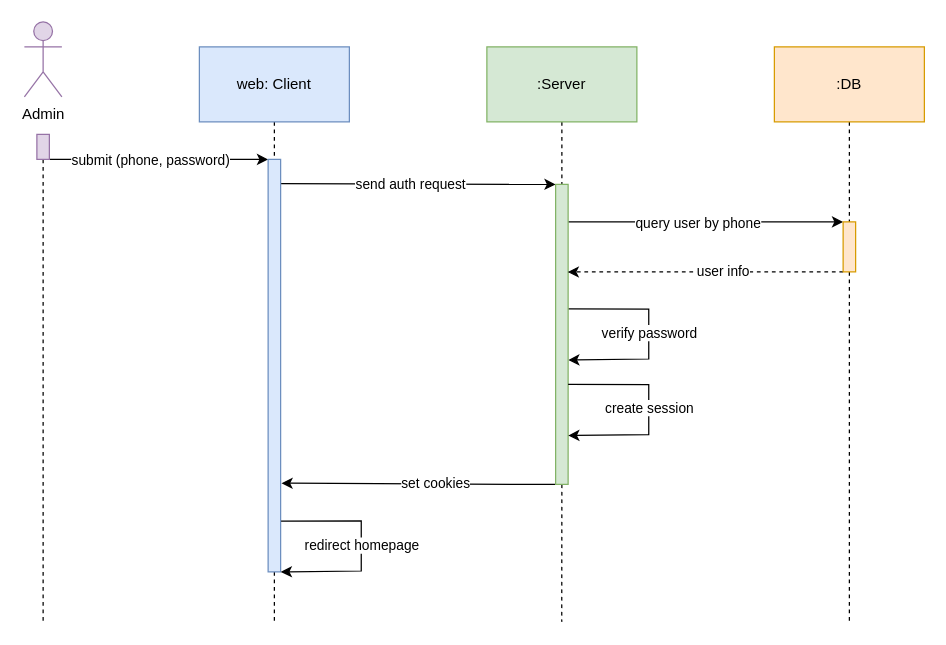
Earlier version of the draw.io diagram page "Admin Authorize Sequence" (4 of 9) of docs/design.drawio (censodev/aptech_prj600). Source tidied: cells renumbered, new cells numbered last; positions are measured from the earlier drawing's top-left corner, leaving out a move shared by most shapes. Both pictures are drawn from the tidied source at 125%, with x=0, y=0 at pixel (24, 21).
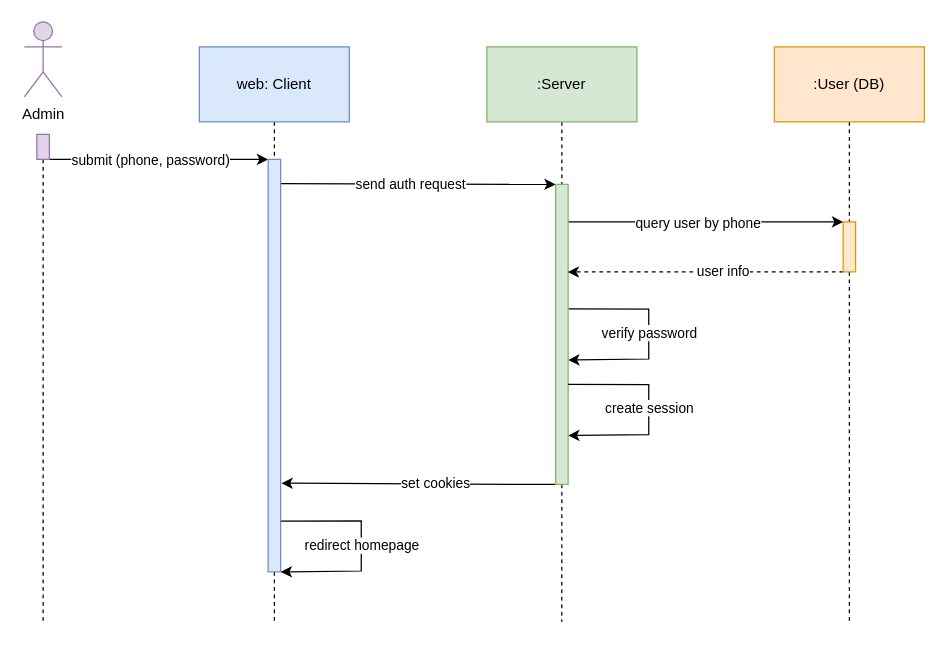
The same page after the edit.

What changed in the source:
```diff
@@
-    <mxCell id="26" value=":DB" style="rounded=0;whiteSpace=wrap;html=1;fillColor=#ffe6cc;strokeColor=#d79b00;" parent="1" vertex="1">
+    <mxCell id="26" value=":User (DB)" style="rounded=0;whiteSpace=wrap;html=1;fillColor=#ffe6cc;strokeColor=#d79b00;" parent="1" vertex="1">
       <mxGeometry x="600" y="20" width="120" height="60" as="geometry" />
     </mxCell>
```
